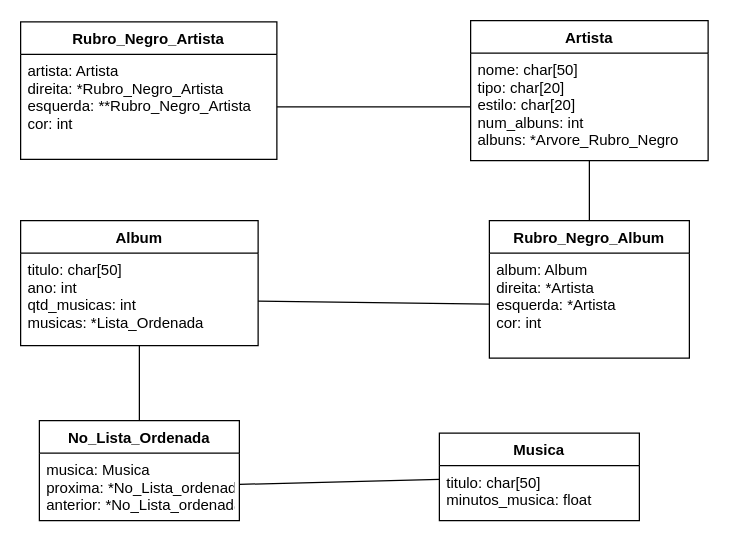
Above: ED_II/TB_II/docs/01.drawio in mauriciobenjamin700/6_periodo (draw.io), before the change. Source tidied: cells renumbered, new cells numbered last; positions are measured from the earlier drawing's top-left corner, leaving out a move shared by most shapes. Both pictures are drawn from the tidied source at 125%, with x=0, y=0 at pixel (20, 20).
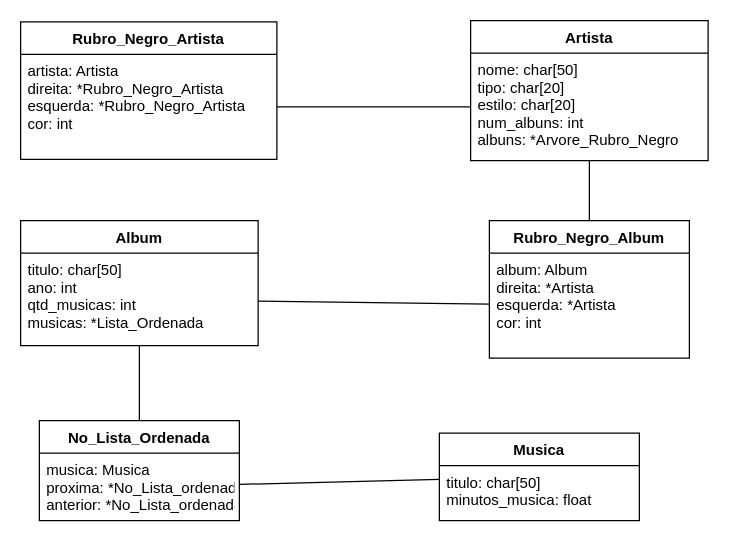
The same diagram, later.

Commit message (it also covers changes not shown here):
Correções: Artista Funciona

What changed in the source:
```diff
@@
 <mxGraphModel>
   <root>
     <mxCell id="0" />
     <mxCell id="1" parent="0" />
     <mxCell id="2" value="Artista" style="swimlane;fontStyle=1;align=center;verticalAlign=top;horizontal=1;startSize=26;" parent="1" vertex="1">
       <mxGeometry x="360" width="190" height="112" as="geometry" />
     </mxCell>
     <mxCell id="3" value="nome: char[50]&#10;tipo: char[20]&#10;estilo: char[20]&#10;num_albuns: int&#10;albuns: *Arvore_Rubro_Negro" style="text;strokeColor=none;fillColor=none;align=left;verticalAlign=top;spacingLeft=4;spacingRight=4;overflow=hidden;points=[[0,0.5],[1,0.5]];portConstraint=eastwest;" parent="2" vertex="1">
       <mxGeometry y="26" width="190" height="86" as="geometry" />
     </mxCell>
     <mxCell id="4" value="Album" style="swimlane;fontStyle=1;align=center;verticalAlign=top;horizontal=1;startSize=26;" parent="1" vertex="1">
       <mxGeometry y="160" width="190" height="100" as="geometry" />
     </mxCell>
     <mxCell id="5" value="titulo: char[50]&#10;ano: int&#10;qtd_musicas: int&#10;musicas: *Lista_Ordenada" style="text;strokeColor=none;fillColor=none;align=left;verticalAlign=top;spacingLeft=4;spacingRight=4;overflow=hidden;points=[[0,0.5],[1,0.5]];portConstraint=eastwest;" parent="4" vertex="1">
       <mxGeometry y="26" width="190" height="74" as="geometry" />
     </mxCell>
     <mxCell id="6" style="edgeStyle=none;html=1;startArrow=none;startFill=0;endArrow=none;endFill=0;" parent="1" edge="1" source="7" target="11">
       <mxGeometry relative="1" as="geometry" />
     </mxCell>
     <mxCell id="7" value="Musica" style="swimlane;fontStyle=1;align=center;verticalAlign=top;horizontal=1;startSize=26;" parent="1" vertex="1">
       <mxGeometry x="335" y="330" width="160" height="70" as="geometry" />
     </mxCell>
     <mxCell id="8" value="titulo: char[50]&#10;minutos_musica: float&#10;" style="text;strokeColor=none;fillColor=none;align=left;verticalAlign=top;spacingLeft=4;spacingRight=4;overflow=hidden;" parent="7" vertex="1">
       <mxGeometry y="26" width="160" height="44" as="geometry" />
     </mxCell>
     <mxCell id="9" style="edgeStyle=none;html=1;startArrow=none;startFill=0;endArrow=none;endFill=0;" parent="1" edge="1" source="10" target="5">
       <mxGeometry relative="1" as="geometry" />
     </mxCell>
     <mxCell id="10" value="No_Lista_Ordenada" style="swimlane;fontStyle=1;align=center;verticalAlign=top;horizontal=1;startSize=26;" parent="1" vertex="1">
       <mxGeometry x="15" y="320" width="160" height="80" as="geometry" />
     </mxCell>
     <mxCell id="11" value="musica: Musica&#10;proxima: *No_Lista_ordenada&#10;anterior: *No_Lista_ordenada" style="text;strokeColor=none;fillColor=none;align=left;verticalAlign=top;spacingLeft=4;spacingRight=4;overflow=hidden;points=[[0,0.5],[1,0.5]];portConstraint=eastwest;" parent="10" vertex="1">
       <mxGeometry y="26" width="160" height="54" as="geometry" />
     </mxCell>
     <mxCell id="12" style="edgeStyle=none;html=1;startArrow=none;startFill=0;endArrow=none;endFill=0;" parent="1" edge="1" source="13" target="3">
       <mxGeometry relative="1" as="geometry" />
     </mxCell>
     <mxCell id="13" value="Rubro_Negro_Album" style="swimlane;fontStyle=1;align=center;verticalAlign=top;horizontal=1;startSize=26;" parent="1" vertex="1">
       <mxGeometry x="375" y="160" width="160" height="110" as="geometry" />
     </mxCell>
     <mxCell id="14" value="album: Album&#10;direita: *Artista&#10;esquerda: *Artista&#10;cor: int&#10;" style="text;strokeColor=none;fillColor=none;align=left;verticalAlign=top;spacingLeft=4;spacingRight=4;overflow=hidden;points=[[0,0.5],[1,0.5]];portConstraint=eastwest;" parent="13" vertex="1">
       <mxGeometry y="26" width="160" height="84" as="geometry" />
     </mxCell>
     <mxCell id="15" value="Rubro_Negro_Artista" style="swimlane;fontStyle=1;align=center;verticalAlign=top;horizontal=1;startSize=26;" parent="1" vertex="1">
       <mxGeometry y="1" width="205" height="110" as="geometry" />
     </mxCell>
-    <mxCell id="16" value="artista: Artista&#10;direita: *Rubro_Negro_Artista&#10;esquerda: **Rubro_Negro_Artista&#10;cor: int" style="text;strokeColor=none;fillColor=none;align=left;verticalAlign=top;spacingLeft=4;spacingRight=4;overflow=hidden;points=[[0,0.5],[1,0.5]];portConstraint=eastwest;" parent="15" vertex="1">
+    <mxCell id="16" value="artista: Artista&#10;direita: *Rubro_Negro_Artista&#10;esquerda: *Rubro_Negro_Artista&#10;cor: int" style="text;strokeColor=none;fillColor=none;align=left;verticalAlign=top;spacingLeft=4;spacingRight=4;overflow=hidden;points=[[0,0.5],[1,0.5]];portConstraint=eastwest;" parent="15" vertex="1">
       <mxGeometry y="26" width="205" height="84" as="geometry" />
     </mxCell>
     <mxCell id="17" style="edgeStyle=none;html=1;startArrow=none;startFill=0;endArrow=none;endFill=0;" parent="1" edge="1" source="5" target="14">
       <mxGeometry relative="1" as="geometry" />
     </mxCell>
     <mxCell id="18" style="edgeStyle=none;html=1;startArrow=none;startFill=0;endArrow=none;endFill=0;" parent="1" edge="1" source="3" target="16">
       <mxGeometry relative="1" as="geometry" />
     </mxCell>
   </root>
 </mxGraphModel>
```
